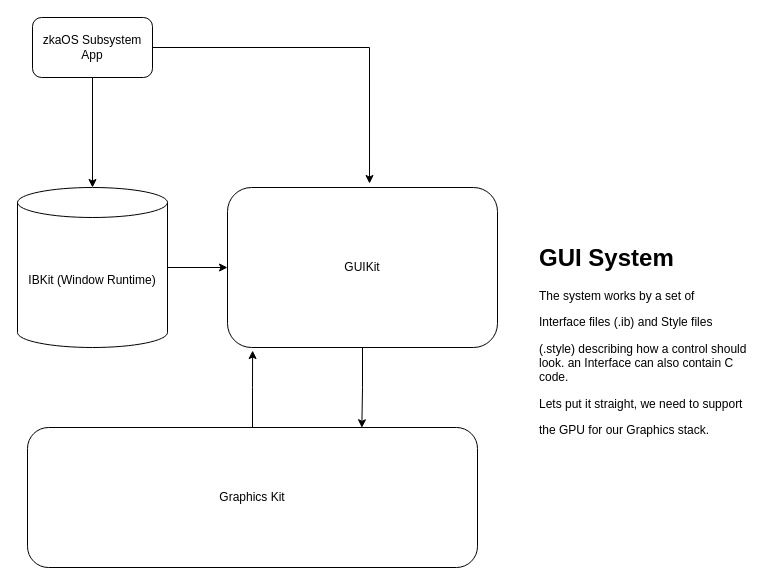
nekernel-org/nekernel keeps this draw.io diagram as doc/GUI-System.drawio. Above is the earlier version. Source tidied: cells renumbered, new cells numbered last; positions are measured from the earlier drawing's top-left corner, leaving out a move shared by most shapes. Both pictures are drawn from the tidied source at 100%, with x=0, y=0 at pixel (17, 17).
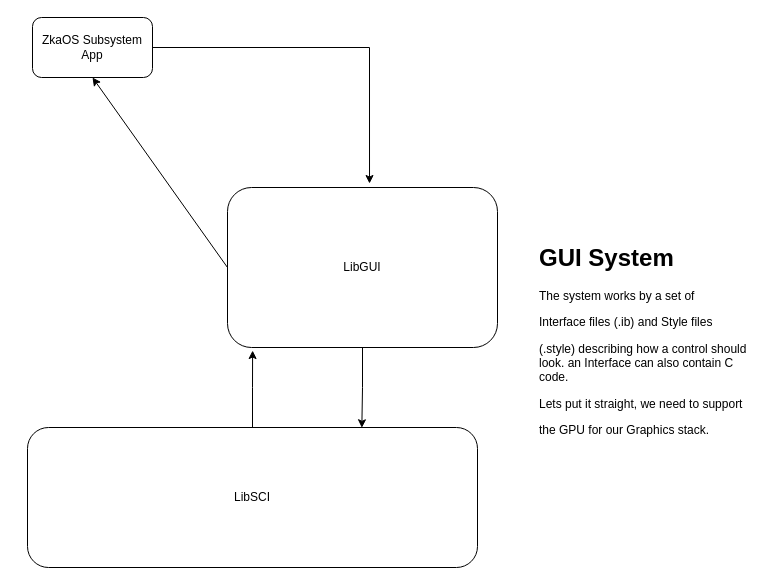
The same diagram, later.

Change to the diagram source:
```diff
@@
 <mxGraphModel>
   <root>
     <mxCell id="0" />
     <mxCell id="1" parent="0" />
-    <mxCell id="2" style="edgeStyle=orthogonalEdgeStyle;rounded=0;jettySize=auto;html=1;" parent="1" edge="1" source="3" target="5">
-      <mxGeometry relative="1" as="geometry" />
-    </mxCell>
-    <mxCell id="3" value="IBKit (Window &lt;span style=&quot;background-color: initial;&quot;&gt;Runtime)&lt;/span&gt;" style="shape=cylinder3;whiteSpace=wrap;html=1;boundedLbl=1;backgroundOutline=1;size=15;" parent="1" vertex="1">
-      <mxGeometry y="170" width="150" height="160" as="geometry" />
-    </mxCell>
-    <mxCell id="4" value="Graphics Kit" style="rounded=1;whiteSpace=wrap;html=1;" parent="1" vertex="1">
+    <mxCell id="4" value="LibSCI" style="rounded=1;whiteSpace=wrap;html=1;" parent="1" vertex="1">
       <mxGeometry x="10" y="410" width="450" height="140" as="geometry" />
     </mxCell>
+    <mxCell id="12" style="edgeStyle=none;html=1;exitX=0;exitY=0.5;exitDx=0;exitDy=0;entryX=0.5;entryY=1;entryDx=0;entryDy=0;" parent="1" edge="1" source="5" target="8">
+      <mxGeometry relative="1" as="geometry" />
+    </mxCell>
-    <mxCell id="5" value="GUIKit" style="rounded=1;whiteSpace=wrap;html=1;" parent="1" vertex="1">
+    <mxCell id="5" value="LibGUI" style="rounded=1;whiteSpace=wrap;html=1;" parent="1" vertex="1">
       <mxGeometry x="210" y="170" width="270" height="160" as="geometry" />
     </mxCell>
     <mxCell id="6" style="edgeStyle=orthogonalEdgeStyle;rounded=0;jettySize=auto;html=1;entryX=0.093;entryY=1.019;entryDx=0;entryDy=0;entryPerimeter=0;" parent="1" edge="1" source="4" target="5">
       <mxGeometry relative="1" as="geometry" />
     </mxCell>
     <mxCell id="7" value="&lt;h1 style=&quot;margin-top: 0px;&quot;&gt;GUI System&lt;span style=&quot;white-space: pre;&quot;&gt;&#9;&lt;/span&gt;&lt;/h1&gt;&lt;p&gt;The system works by a set of&lt;/p&gt;&lt;p&gt;Interface files (.ib) and Style files&lt;/p&gt;&lt;p&gt;(.style) describing how a control should look. an Interface can also contain C code.&lt;/p&gt;&lt;p&gt;Lets put it straight, we need to support&lt;/p&gt;&lt;p&gt;the GPU for our Graphics stack.&lt;/p&gt;" style="text;html=1;whiteSpace=wrap;overflow=hidden;rounded=0;" parent="1" vertex="1">
       <mxGeometry x="520" y="220" width="220" height="220" as="geometry" />
     </mxCell>
-    <mxCell id="8" value="zkaOS Subsystem&lt;div&gt;App&lt;/div&gt;" style="rounded=1;whiteSpace=wrap;html=1;" parent="1" vertex="1">
+    <mxCell id="8" value="ZkaOS Subsystem&lt;div&gt;App&lt;/div&gt;" style="rounded=1;whiteSpace=wrap;html=1;" parent="1" vertex="1">
       <mxGeometry x="15" width="120" height="60" as="geometry" />
     </mxCell>
-    <mxCell id="9" style="edgeStyle=orthogonalEdgeStyle;rounded=0;jettySize=auto;html=1;entryX=0.5;entryY=0;entryDx=0;entryDy=0;entryPerimeter=0;" parent="1" edge="1" source="8" target="3">
-      <mxGeometry relative="1" as="geometry" />
-    </mxCell>
     <mxCell id="10" style="edgeStyle=orthogonalEdgeStyle;rounded=0;jettySize=auto;html=1;entryX=0.526;entryY=-0.025;entryDx=0;entryDy=0;entryPerimeter=0;" parent="1" edge="1" source="8" target="5">
       <mxGeometry relative="1" as="geometry" />
     </mxCell>
     <mxCell id="11" style="edgeStyle=orthogonalEdgeStyle;rounded=0;jettySize=auto;html=1;exitX=0.5;exitY=1;exitDx=0;exitDy=0;entryX=0.743;entryY=0.002;entryDx=0;entryDy=0;entryPerimeter=0;" parent="1" edge="1" source="5" target="4">
       <mxGeometry relative="1" as="geometry" />
     </mxCell>
   </root>
 </mxGraphModel>
```
